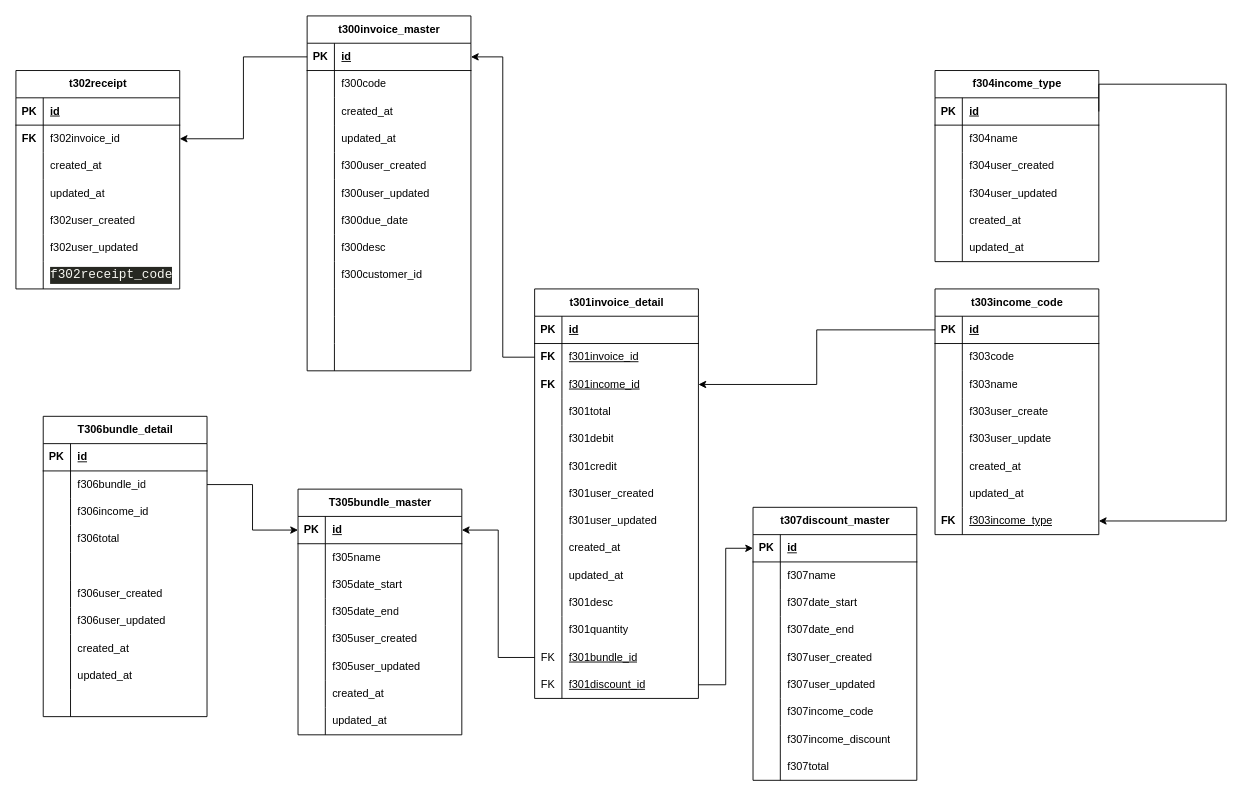
Earlier version of the draw.io diagram page "Billing Management" (2 of 5) of rentall_app.drawio (harishaikal940322/diagram). Source tidied: cells renumbered, new cells numbered last; positions are measured from the earlier drawing's top-left corner, leaving out a move shared by most shapes. Both pictures are drawn from the tidied source at 91%, with x=0, y=0 at pixel (15, 15).
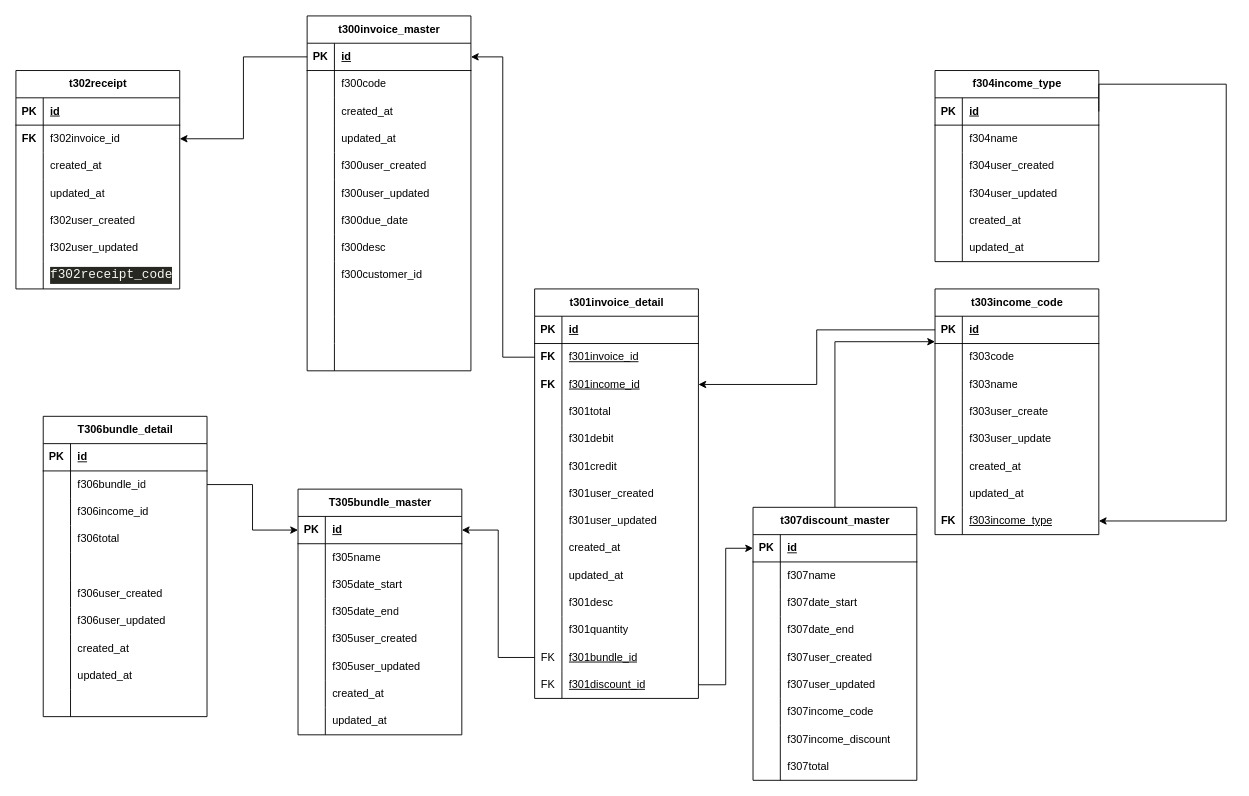
After the change.

The change refers to these unchanged cells:
```xml
<mxCell id="106" style="shape=tableRow;horizontal=0;startSize=0;swimlaneHead=0;swimlaneBody=0;fillColor=none;points=[[0,0.5],[1,0.5]];portConstraint=eastwest;top=0;left=0;right=0;bottom=1;" parent="105" vertex="1">
  <mxGeometry y="30" width="180" height="30" as="geometry" />
</mxCell>
<mxCell id="210" value="t307discount_master" style="shape=table;startSize=30;childLayout=tableLayout;rowLines=0;fontStyle=1;align=center;html=1;" parent="1" vertex="1">
  <mxGeometry x="810" y="540" width="180" height="300" as="geometry" />
</mxCell>
```

Change to the diagram source:
```diff
@@
+    <mxCell id="239" style="edgeStyle=orthogonalEdgeStyle;rounded=0;jettySize=auto;html=1;exitX=0.5;exitY=0;exitDx=0;exitDy=0;entryX=0;entryY=0.933;entryDx=0;entryDy=0;entryPerimeter=0;" parent="1" edge="1" source="210" target="106">
+      <mxGeometry relative="1" as="geometry" />
+    </mxCell>
```
